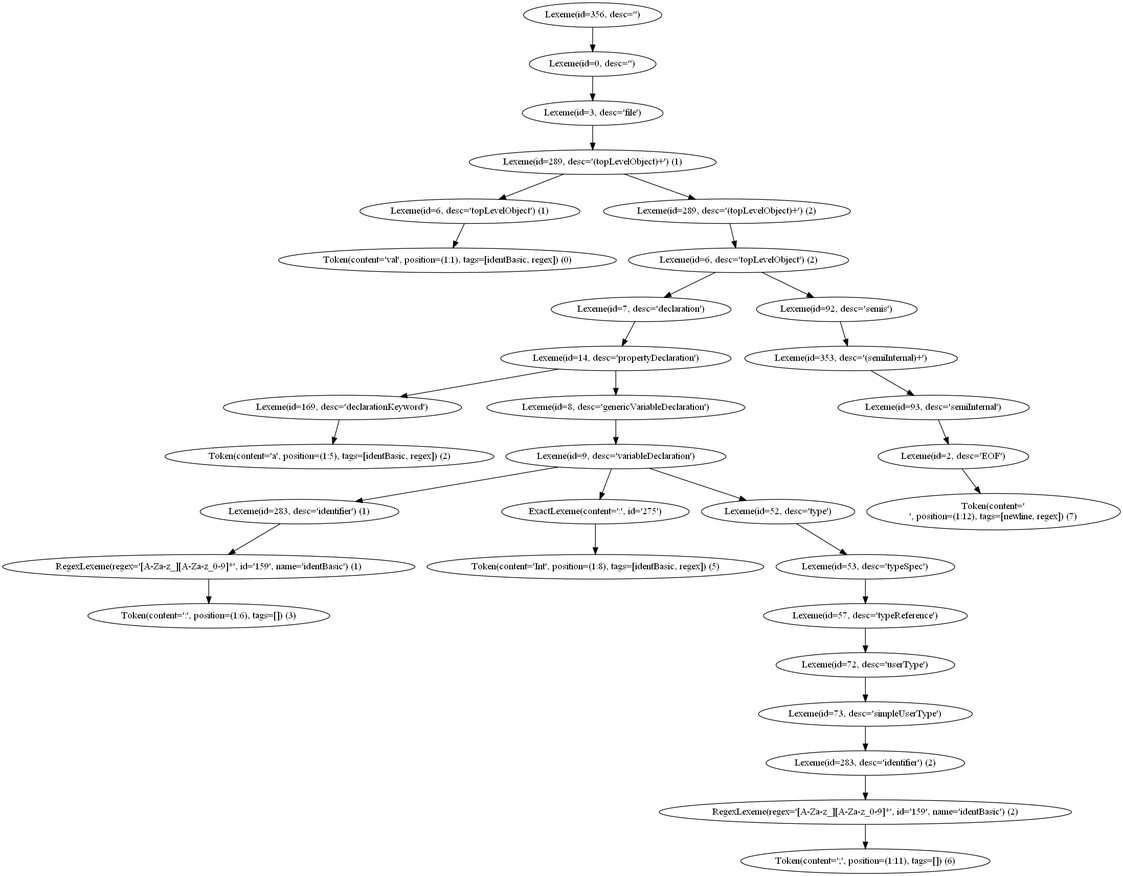
Before: ast.png, a diagram exported from Graphviz (VladoCC/KTScript). Its source is kept beside it as ast.dot.
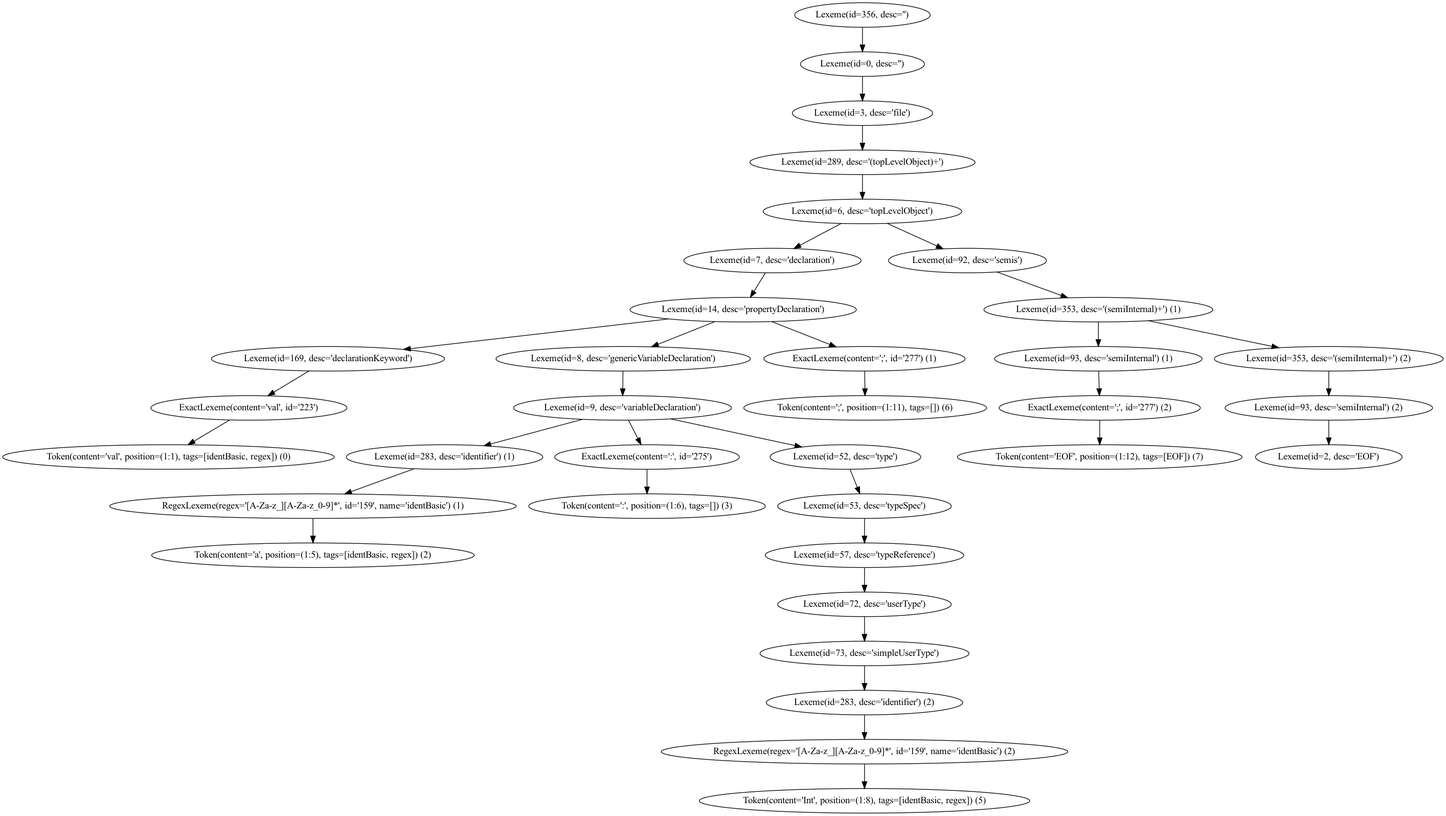
The same file after the commit.

The edit, as a diff of the source:
```diff
@@ -1,34 +1,36 @@
 digraph {
     "Lexeme(id=356, desc='')" -> "Lexeme(id=0, desc='')";
     "Lexeme(id=0, desc='')" -> "Lexeme(id=3, desc='file')";
-    "Lexeme(id=3, desc='file')" -> "Lexeme(id=289, desc='(topLevelObject)+') (1)";
-    "Lexeme(id=289, desc='(topLevelObject)+') (1)" -> "Lexeme(id=6, desc='topLevelObject') (1)";
-    "Lexeme(id=289, desc='(topLevelObject)+') (1)" -> "Lexeme(id=289, desc='(topLevelObject)+') (2)";
-    "Lexeme(id=6, desc='topLevelObject') (1)" -> "Token(content='val', position=(1:1), tags=[identBasic, regex]) (0)";
-    "Lexeme(id=289, desc='(topLevelObject)+') (2)" -> "Lexeme(id=6, desc='topLevelObject') (2)";
-    "Lexeme(id=6, desc='topLevelObject') (2)" -> "Lexeme(id=7, desc='declaration')";
-    "Lexeme(id=6, desc='topLevelObject') (2)" -> "Lexeme(id=92, desc='semis')";
+    "Lexeme(id=3, desc='file')" -> "Lexeme(id=289, desc='(topLevelObject)+')";
+    "Lexeme(id=289, desc='(topLevelObject)+')" -> "Lexeme(id=6, desc='topLevelObject')";
+    "Lexeme(id=6, desc='topLevelObject')" -> "Lexeme(id=7, desc='declaration')";
+    "Lexeme(id=6, desc='topLevelObject')" -> "Lexeme(id=92, desc='semis')";
     "Lexeme(id=7, desc='declaration')" -> "Lexeme(id=14, desc='propertyDeclaration')";
     "Lexeme(id=14, desc='propertyDeclaration')" -> "Lexeme(id=169, desc='declarationKeyword')";
     "Lexeme(id=14, desc='propertyDeclaration')" -> "Lexeme(id=8, desc='genericVariableDeclaration')";
-    "Lexeme(id=169, desc='declarationKeyword')" -> "Token(content='a', position=(1:5), tags=[identBasic, regex]) (2)";
+    "Lexeme(id=14, desc='propertyDeclaration')" -> "ExactLexeme(content=';', id='277') (1)";
+    "Lexeme(id=169, desc='declarationKeyword')" -> "ExactLexeme(content='val', id='223')";
+    "ExactLexeme(content='val', id='223')" -> "Token(content='val', position=(1:1), tags=[identBasic, regex]) (0)";
     "Lexeme(id=8, desc='genericVariableDeclaration')" -> "Lexeme(id=9, desc='variableDeclaration')";
     "Lexeme(id=9, desc='variableDeclaration')" -> "Lexeme(id=283, desc='identifier') (1)";
     "Lexeme(id=9, desc='variableDeclaration')" -> "ExactLexeme(content=':', id='275')";
     "Lexeme(id=9, desc='variableDeclaration')" -> "Lexeme(id=52, desc='type')";
     "Lexeme(id=283, desc='identifier') (1)" -> "RegexLexeme(regex='[A-Za-z_][A-Za-z_0-9]*', id='159', name='identBasic') (1)";
-    "RegexLexeme(regex='[A-Za-z_][A-Za-z_0-9]*', id='159', name='identBasic') (1)" -> "Token(content=':', position=(1:6), tags=[]) (3)";
-    "ExactLexeme(content=':', id='275')" -> "Token(content='Int', position=(1:8), tags=[identBasic, regex]) (5)";
+    "RegexLexeme(regex='[A-Za-z_][A-Za-z_0-9]*', id='159', name='identBasic') (1)" -> "Token(content='a', position=(1:5), tags=[identBasic, regex]) (2)";
+    "ExactLexeme(content=':', id='275')" -> "Token(content=':', position=(1:6), tags=[]) (3)";
     "Lexeme(id=52, desc='type')" -> "Lexeme(id=53, desc='typeSpec')";
     "Lexeme(id=53, desc='typeSpec')" -> "Lexeme(id=57, desc='typeReference')";
     "Lexeme(id=57, desc='typeReference')" -> "Lexeme(id=72, desc='userType')";
     "Lexeme(id=72, desc='userType')" -> "Lexeme(id=73, desc='simpleUserType')";
     "Lexeme(id=73, desc='simpleUserType')" -> "Lexeme(id=283, desc='identifier') (2)";
     "Lexeme(id=283, desc='identifier') (2)" -> "RegexLexeme(regex='[A-Za-z_][A-Za-z_0-9]*', id='159', name='identBasic') (2)";
-    "RegexLexeme(regex='[A-Za-z_][A-Za-z_0-9]*', id='159', name='identBasic') (2)" -> "Token(content=';', position=(1:11), tags=[]) (6)";
-    "Lexeme(id=92, desc='semis')" -> "Lexeme(id=353, desc='(semiInternal)+')";
-    "Lexeme(id=353, desc='(semiInternal)+')" -> "Lexeme(id=93, desc='semiInternal')";
-    "Lexeme(id=93, desc='semiInternal')" -> "Lexeme(id=2, desc='EOF')";
-    "Lexeme(id=2, desc='EOF')" -> "Token(content='
-', position=(1:12), tags=[newline, regex]) (7)";
+    "RegexLexeme(regex='[A-Za-z_][A-Za-z_0-9]*', id='159', name='identBasic') (2)" -> "Token(content='Int', position=(1:8), tags=[identBasic, regex]) (5)";
+    "ExactLexeme(content=';', id='277') (1)" -> "Token(content=';', position=(1:11), tags=[]) (6)";
+    "Lexeme(id=92, desc='semis')" -> "Lexeme(id=353, desc='(semiInternal)+') (1)";
+    "Lexeme(id=353, desc='(semiInternal)+') (1)" -> "Lexeme(id=93, desc='semiInternal') (1)";
+    "Lexeme(id=353, desc='(semiInternal)+') (1)" -> "Lexeme(id=353, desc='(semiInternal)+') (2)";
+    "Lexeme(id=93, desc='semiInternal') (1)" -> "ExactLexeme(content=';', id='277') (2)";
+    "ExactLexeme(content=';', id='277') (2)" -> "Token(content='EOF', position=(1:12), tags=[EOF]) (7)";
+    "Lexeme(id=353, desc='(semiInternal)+') (2)" -> "Lexeme(id=93, desc='semiInternal') (2)";
+    "Lexeme(id=93, desc='semiInternal') (2)" -> "Lexeme(id=2, desc='EOF')";
 }
```
